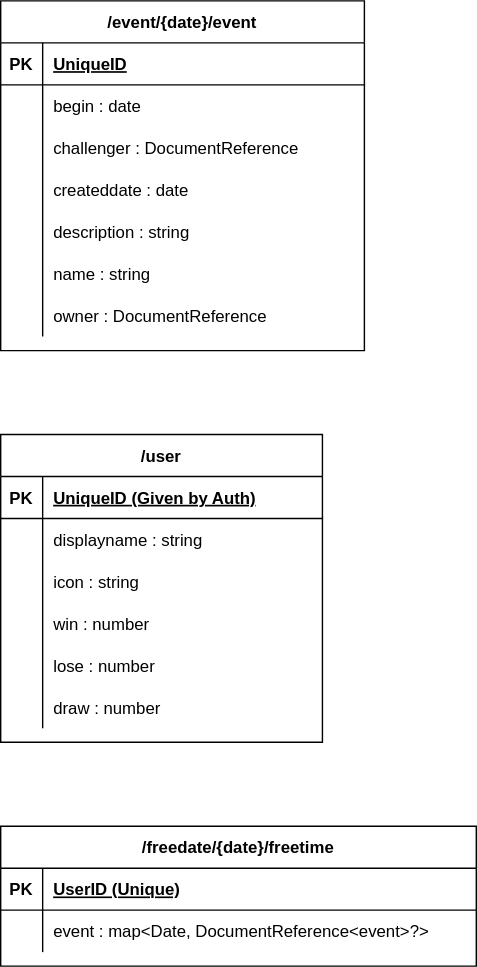
Before: firestore/structure.svg, a diagram exported from draw.io (ApoApon/ApoApon). Source tidied: cells renumbered, new cells last; positions are measured from the earlier drawing's top-left corner, leaving out a move shared by most shapes.
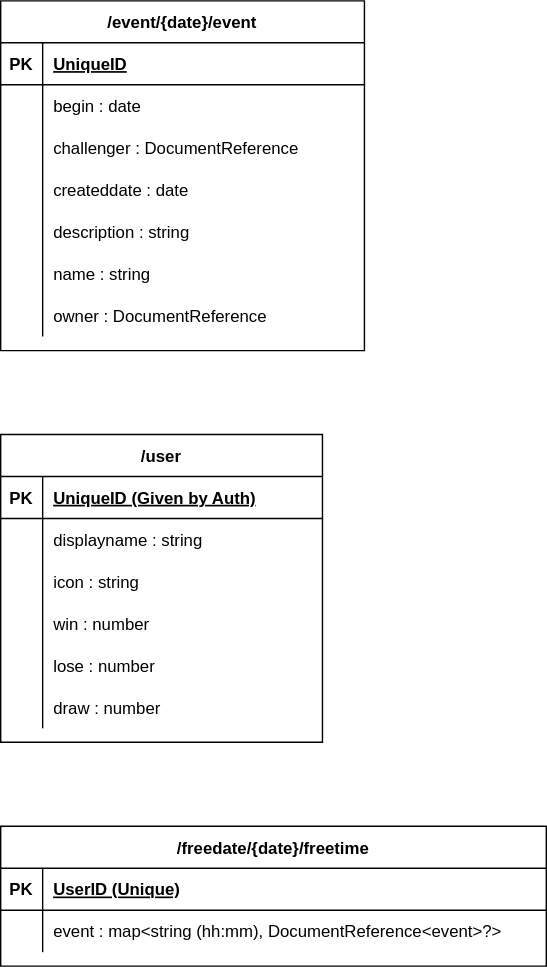
The same diagram one commit later.

Commit message:
DB構造を修正

Diff of the diagram source:
```diff
@@ -126,25 +126,25 @@
       <mxGeometry x="30" width="200" height="30" as="geometry" />
     </mxCell>
     <mxCell id="43" value="/freedate/{date}/freetime" style="shape=table;startSize=30;rowLines=0;fontStyle=1;align=center;" parent="1" vertex="1">
-      <mxGeometry y="590" width="340" height="100" as="geometry" />
+      <mxGeometry y="590" width="390" height="100" as="geometry" />
     </mxCell>
     <mxCell id="44" style="shape=partialRectangle;fillColor=none;top=0;left=0;bottom=1;right=0;" parent="43" vertex="1">
-      <mxGeometry y="30" width="340" height="30" as="geometry" />
+      <mxGeometry y="30" width="390" height="30" as="geometry" />
     </mxCell>
     <mxCell id="45" value="PK" style="shape=partialRectangle;fillColor=none;top=0;left=0;bottom=0;right=0;fontStyle=1;overflow=hidden;" parent="44" vertex="1">
       <mxGeometry width="30" height="30" as="geometry" />
     </mxCell>
     <mxCell id="46" value="UserID (Unique)" style="shape=partialRectangle;fillColor=none;top=0;left=0;bottom=0;right=0;align=left;spacingLeft=6;fontStyle=5;overflow=hidden;" parent="44" vertex="1">
-      <mxGeometry x="30" width="310" height="30" as="geometry" />
+      <mxGeometry x="30" width="360" height="30" as="geometry" />
     </mxCell>
     <mxCell id="47" style="shape=partialRectangle;fillColor=none;top=0;left=0;bottom=0;right=0;" parent="43" vertex="1">
-      <mxGeometry y="60" width="340" height="30" as="geometry" />
+      <mxGeometry y="60" width="390" height="30" as="geometry" />
     </mxCell>
     <mxCell id="48" style="shape=partialRectangle;fillColor=none;top=0;left=0;bottom=0;right=0;overflow=hidden;" parent="47" vertex="1">
       <mxGeometry width="30" height="30" as="geometry" />
     </mxCell>
-    <mxCell id="49" value="event : map&lt;Date, DocumentReference&lt;event&gt;?&gt;" style="shape=partialRectangle;fillColor=none;top=0;left=0;bottom=0;right=0;align=left;spacingLeft=6;overflow=hidden;" parent="47" vertex="1">
-      <mxGeometry x="30" width="310" height="30" as="geometry" />
+    <mxCell id="49" value="event : map&lt;string (hh:mm), DocumentReference&lt;event&gt;?&gt;" style="shape=partialRectangle;fillColor=none;top=0;left=0;bottom=0;right=0;align=left;spacingLeft=6;overflow=hidden;" parent="47" vertex="1">
+      <mxGeometry x="30" width="360" height="30" as="geometry" />
     </mxCell>
   </root>
 </mxGraphModel>
```
